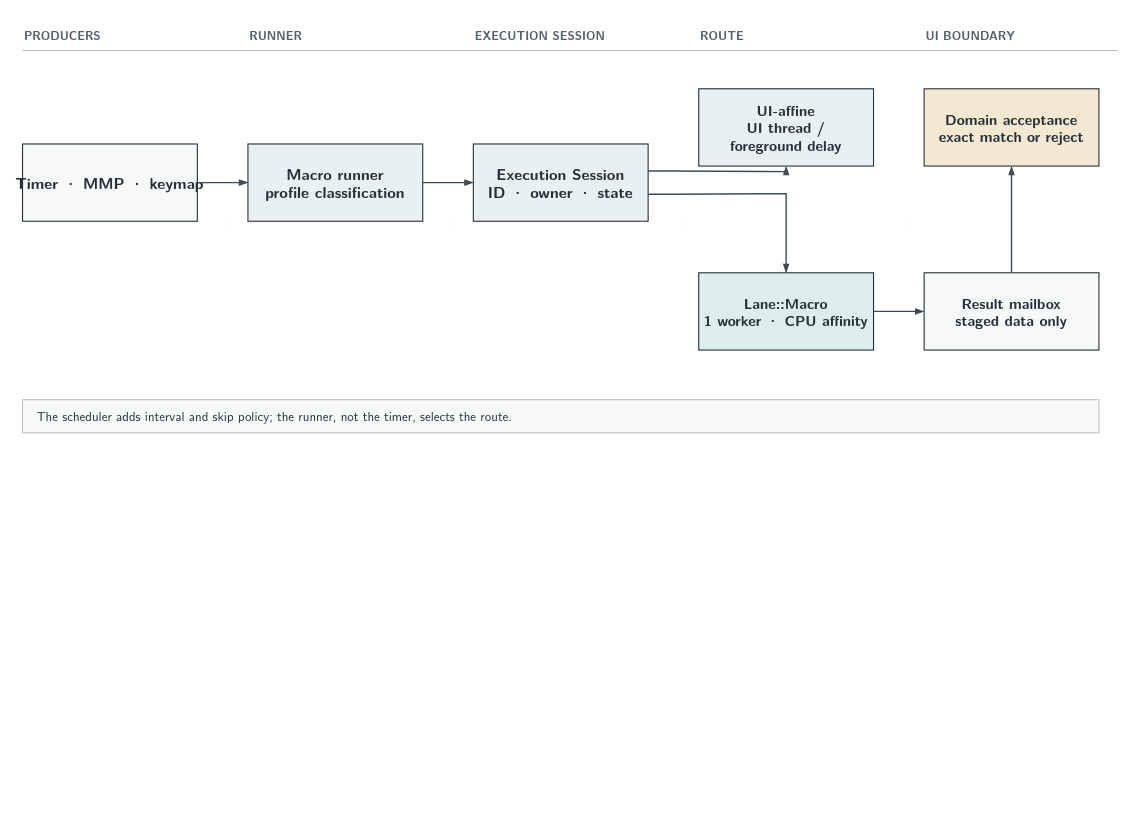
Before: documentation/manuals/assets/mrmac-exec-session-scheduler-routes.drawio in ebeneezer/mr, a draw.io diagram. Source tidied: cells renumbered, new cells numbered last; positions are measured from the earlier drawing's top-left corner, leaving out a move shared by most shapes. Both pictures are drawn from the tidied source at 92%, with x=0, y=0 at pixel (22, 26).
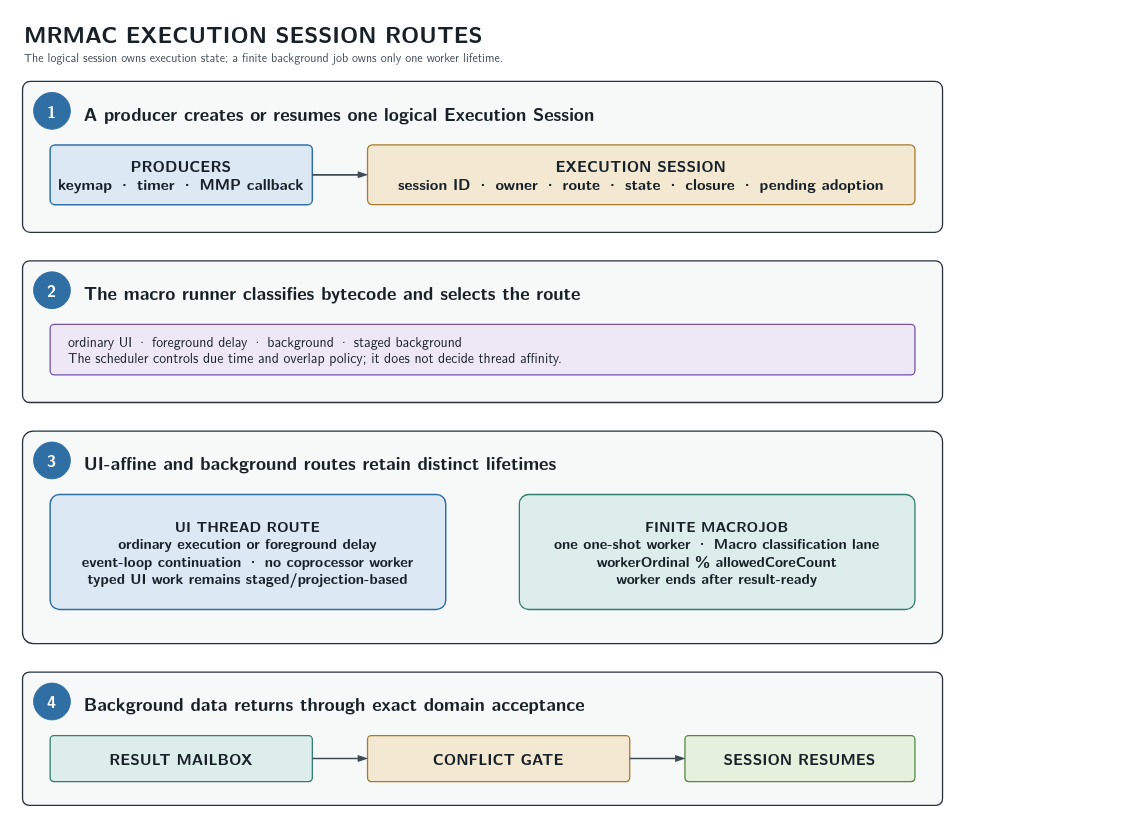
The same page after the edit.

Diff of the diagram source:
```diff
@@
-    <mxCell id="2" value="PRODUCERS" style="text;html=0;strokeColor=none;fillColor=none;align=left;verticalAlign=middle;fontFamily=Latin Modern Sans;fontSize=13;fontStyle=1;fontColor=#53616A;" parent="1" vertex="1">
-      <mxGeometry width="210" height="20" as="geometry" />
-    </mxCell>
-    <mxCell id="3" value="RUNNER" style="text;html=0;strokeColor=none;fillColor=none;align=left;verticalAlign=middle;fontFamily=Latin Modern Sans;fontSize=13;fontStyle=1;fontColor=#53616A;" parent="1" vertex="1">
-      <mxGeometry x="245" width="210" height="20" as="geometry" />
-    </mxCell>
-    <mxCell id="4" value="EXECUTION SESSION" style="text;html=0;strokeColor=none;fillColor=none;align=left;verticalAlign=middle;fontFamily=Latin Modern Sans;fontSize=13;fontStyle=1;fontColor=#53616A;" parent="1" vertex="1">
-      <mxGeometry x="490" width="210" height="20" as="geometry" />
-    </mxCell>
-    <mxCell id="5" value="ROUTE" style="text;html=0;strokeColor=none;fillColor=none;align=left;verticalAlign=middle;fontFamily=Latin Modern Sans;fontSize=13;fontStyle=1;fontColor=#53616A;" parent="1" vertex="1">
-      <mxGeometry x="735" width="210" height="20" as="geometry" />
-    </mxCell>
-    <mxCell id="6" value="UI BOUNDARY" style="text;html=0;strokeColor=none;fillColor=none;align=left;verticalAlign=middle;fontFamily=Latin Modern Sans;fontSize=13;fontStyle=1;fontColor=#53616A;" parent="1" vertex="1">
-      <mxGeometry x="980" width="210" height="20" as="geometry" />
-    </mxCell>
-    <mxCell id="7" style="line;strokeWidth=1;strokeColor=#AEB8BE;" parent="1" vertex="1">
-      <mxGeometry y="26" width="1190" height="1" as="geometry" />
-    </mxCell>
-    <mxCell id="8" style="line;strokeWidth=1;strokeColor=#D6DCDF;dashed=1;dashPattern=3 4;" parent="1" vertex="1">
-      <mxGeometry x="225" y="40" width="1" height="350" as="geometry" />
-    </mxCell>
-    <mxCell id="9" style="line;strokeWidth=1;strokeColor=#D6DCDF;dashed=1;dashPattern=3 4;" parent="1" vertex="1">
-      <mxGeometry x="470" y="40" width="1" height="350" as="geometry" />
-    </mxCell>
-    <mxCell id="10" style="line;strokeWidth=1;strokeColor=#D6DCDF;dashed=1;dashPattern=3 4;" parent="1" vertex="1">
-      <mxGeometry x="715" y="40" width="1" height="350" as="geometry" />
-    </mxCell>
-    <mxCell id="11" style="line;strokeWidth=1;strokeColor=#D6DCDF;dashed=1;dashPattern=3 4;" parent="1" vertex="1">
-      <mxGeometry x="960" y="40" width="1" height="350" as="geometry" />
-    </mxCell>
-    <mxCell id="12" value="Timer · MMP · keymap" style="rounded=0;html=0;fillColor=#F7F8F8;strokeColor=#27313A;strokeWidth=1.2;align=center;verticalAlign=middle;fontFamily=Latin Modern Sans;fontSize=17;fontStyle=1;fontColor=#27313A;spacing=8;" parent="1" vertex="1">
-      <mxGeometry y="128" width="190" height="84" as="geometry" />
-    </mxCell>
-    <mxCell id="13" value="Macro runner&#10;profile classification" style="rounded=0;html=0;fillColor=#E8F0F2;strokeColor=#27313A;strokeWidth=1.2;align=center;verticalAlign=middle;fontFamily=Latin Modern Sans;fontSize=17;fontStyle=1;fontColor=#27313A;spacing=8;" parent="1" vertex="1">
-      <mxGeometry x="245" y="128" width="190" height="84" as="geometry" />
-    </mxCell>
+    <mxCell id="26" value="MRMAC EXECUTION SESSION ROUTES" style="text;html=0;strokeColor=none;fillColor=none;align=left;fontFamily=Latin Modern Sans;fontSize=25;fontStyle=1;fontColor=#182128;" parent="1" vertex="1">
+      <mxGeometry y="-12" width="700" height="35" as="geometry" />
+    </mxCell>
+    <mxCell id="27" value="The logical session owns execution state; a finite background job owns only one worker lifetime." style="text;html=0;strokeColor=none;fillColor=none;align=left;fontFamily=Latin Modern Sans;fontSize=13;fontColor=#3F4B54;" parent="1" vertex="1">
+      <mxGeometry y="20" width="900" height="22" as="geometry" />
+    </mxCell>
+    <mxCell id="28" style="rounded=1;arcSize=5;html=0;fillColor=#F7F8F8;strokeColor=#27313A;strokeWidth=1.4;" parent="1" vertex="1">
+      <mxGeometry y="60" width="1000" height="164" as="geometry" />
+    </mxCell>
+    <mxCell id="29" value="1" style="ellipse;html=0;fillColor=#2F6FA3;strokeColor=#2F6FA3;fontFamily=Latin Modern Sans;fontSize=18;fontStyle=1;fontColor=#FFFFFF;" parent="1" vertex="1">
+      <mxGeometry x="12" y="72" width="40" height="40" as="geometry" />
+    </mxCell>
+    <mxCell id="30" value="A producer creates or resumes one logical Execution Session" style="text;html=0;strokeColor=none;fillColor=none;align=left;fontFamily=Latin Modern Sans;fontSize=20;fontStyle=1;fontColor=#182128;" parent="1" vertex="1">
+      <mxGeometry x="65" y="77" width="800" height="30" as="geometry" />
+    </mxCell>
+    <mxCell id="31" value="PRODUCERS&#10;keymap · timer · MMP callback" style="rounded=1;arcSize=8;html=0;fillColor=#DCE8F4;strokeColor=#2F6FA3;strokeWidth=1.6;align=center;verticalAlign=middle;fontFamily=Latin Modern Sans;fontSize=17;fontStyle=1;fontColor=#182128;spacing=7;" parent="1" vertex="1">
+      <mxGeometry x="30" y="129" width="285" height="65" as="geometry" />
+    </mxCell>
-    <mxCell id="14" value="Execution Session&#10;ID · owner · state" style="rounded=0;html=0;fillColor=#E8F0F2;strokeColor=#27313A;strokeWidth=1.2;align=center;verticalAlign=middle;fontFamily=Latin Modern Sans;fontSize=17;fontStyle=1;fontColor=#27313A;spacing=8;" parent="1" vertex="1">
-      <mxGeometry x="490" y="128" width="190" height="84" as="geometry" />
+    <mxCell id="14" value="EXECUTION SESSION&#10;session ID · owner · route · state · closure · pending adoption" style="rounded=1;arcSize=8;html=0;fillColor=#F3E8D1;strokeColor=#A77B2F;strokeWidth=1.4;align=center;verticalAlign=middle;fontFamily=Latin Modern Sans;fontSize=17;fontStyle=1;fontColor=#182128;spacing=7;" parent="1" vertex="1">
+      <mxGeometry x="375" y="129" width="595" height="65" as="geometry" />
     </mxCell>
-    <mxCell id="15" value="UI-affine&#10;UI thread /&#10;foreground delay" style="rounded=0;html=0;fillColor=#E8F0F2;strokeColor=#27313A;strokeWidth=1.2;align=center;verticalAlign=middle;fontFamily=Latin Modern Sans;fontSize=16;fontStyle=1;fontColor=#27313A;spacing=8;" parent="1" vertex="1">
-      <mxGeometry x="735" y="68" width="190" height="84" as="geometry" />
-    </mxCell>
-    <mxCell id="16" value="Lane::Macro&#10;1 worker · CPU affinity" style="rounded=0;html=0;fillColor=#DCEDEB;strokeColor=#27313A;strokeWidth=1.2;align=center;verticalAlign=middle;fontFamily=Latin Modern Sans;fontSize=16;fontStyle=1;fontColor=#27313A;spacing=8;" parent="1" vertex="1">
-      <mxGeometry x="735" y="268" width="190" height="84" as="geometry" />
-    </mxCell>
+    <mxCell id="20" style="edgeStyle=orthogonalEdgeStyle;rounded=0;html=0;endArrow=blockThin;endFill=1;strokeColor=#3F4B54;strokeWidth=1.8;" parent="1" edge="1" source="31" target="14">
+      <mxGeometry relative="1" as="geometry" />
+    </mxCell>
+    <mxCell id="32" style="rounded=1;arcSize=5;html=0;fillColor=#F7F8F8;strokeColor=#27313A;strokeWidth=1.4;" parent="1" vertex="1">
+      <mxGeometry y="255" width="1000" height="154" as="geometry" />
+    </mxCell>
+    <mxCell id="33" value="2" style="ellipse;html=0;fillColor=#2F6FA3;strokeColor=#2F6FA3;fontFamily=Latin Modern Sans;fontSize=18;fontStyle=1;fontColor=#FFFFFF;" parent="1" vertex="1">
+      <mxGeometry x="12" y="267" width="40" height="40" as="geometry" />
+    </mxCell>
+    <mxCell id="34" value="The macro runner classifies bytecode and selects the route" style="text;html=0;strokeColor=none;fillColor=none;align=left;fontFamily=Latin Modern Sans;fontSize=20;fontStyle=1;fontColor=#182128;" parent="1" vertex="1">
+      <mxGeometry x="65" y="272" width="800" height="30" as="geometry" />
+    </mxCell>
+    <mxCell id="35" value="ordinary UI · foreground delay · background · staged background&#10;The scheduler controls due time and overlap policy; it does not decide thread affinity." style="rounded=1;arcSize=8;html=0;fillColor=#EEE7F5;strokeColor=#7452A6;strokeWidth=1.4;align=left;verticalAlign=middle;fontFamily=Latin Modern Sans;fontSize=15;fontColor=#182128;spacingLeft=18;" parent="1" vertex="1">
+      <mxGeometry x="30" y="324" width="940" height="55" as="geometry" />
+    </mxCell>
+    <mxCell id="36" style="rounded=1;arcSize=5;html=0;fillColor=#F7F8F8;strokeColor=#27313A;strokeWidth=1.4;" parent="1" vertex="1">
+      <mxGeometry y="440" width="1000" height="231" as="geometry" />
+    </mxCell>
+    <mxCell id="37" value="3" style="ellipse;html=0;fillColor=#2F6FA3;strokeColor=#2F6FA3;fontFamily=Latin Modern Sans;fontSize=18;fontStyle=1;fontColor=#FFFFFF;" parent="1" vertex="1">
+      <mxGeometry x="12" y="452" width="40" height="40" as="geometry" />
+    </mxCell>
+    <mxCell id="38" value="UI-affine and background routes retain distinct lifetimes" style="text;html=0;strokeColor=none;fillColor=none;align=left;fontFamily=Latin Modern Sans;fontSize=20;fontStyle=1;fontColor=#182128;" parent="1" vertex="1">
+      <mxGeometry x="65" y="457" width="800" height="30" as="geometry" />
+    </mxCell>
+    <mxCell id="39" value="UI THREAD ROUTE&#10;ordinary execution or foreground delay&#10;event-loop continuation · no coprocessor worker&#10;typed UI work remains staged/projection-based" style="rounded=1;arcSize=8;html=0;fillColor=#DCE8F4;strokeColor=#2F6FA3;strokeWidth=1.6;align=center;verticalAlign=middle;fontFamily=Latin Modern Sans;fontSize=16;fontStyle=1;fontColor=#182128;spacing=7;" parent="1" vertex="1">
+      <mxGeometry x="30" y="509" width="430" height="125" as="geometry" />
+    </mxCell>
+    <mxCell id="40" value="FINITE MACROJOB&#10;one one-shot worker · Macro classification lane&#10;workerOrdinal % allowedCoreCount&#10;worker ends after result-ready" style="rounded=1;arcSize=8;html=0;fillColor=#DCEDEB;strokeColor=#317C70;strokeWidth=1.4;align=center;verticalAlign=middle;fontFamily=Latin Modern Sans;fontSize=16;fontStyle=1;fontColor=#182128;spacing=7;" parent="1" vertex="1">
+      <mxGeometry x="540" y="509" width="430" height="125" as="geometry" />
+    </mxCell>
+    <mxCell id="41" style="rounded=1;arcSize=5;html=0;fillColor=#F7F8F8;strokeColor=#27313A;strokeWidth=1.4;" parent="1" vertex="1">
+      <mxGeometry y="702" width="1000" height="145" as="geometry" />
+    </mxCell>
+    <mxCell id="42" value="4" style="ellipse;html=0;fillColor=#2F6FA3;strokeColor=#2F6FA3;fontFamily=Latin Modern Sans;fontSize=18;fontStyle=1;fontColor=#FFFFFF;" parent="1" vertex="1">
+      <mxGeometry x="12" y="714" width="40" height="40" as="geometry" />
+    </mxCell>
+    <mxCell id="43" value="Background data returns through exact domain acceptance" style="text;html=0;strokeColor=none;fillColor=none;align=left;fontFamily=Latin Modern Sans;fontSize=20;fontStyle=1;fontColor=#182128;" parent="1" vertex="1">
+      <mxGeometry x="65" y="719" width="800" height="30" as="geometry" />
+    </mxCell>
-    <mxCell id="17" value="Result mailbox&#10;staged data only" style="rounded=0;html=0;fillColor=#F7F8F8;strokeColor=#27313A;strokeWidth=1.2;align=center;verticalAlign=middle;fontFamily=Latin Modern Sans;fontSize=16;fontStyle=1;fontColor=#27313A;spacing=8;" parent="1" vertex="1">
-      <mxGeometry x="980" y="268" width="190" height="84" as="geometry" />
+    <mxCell id="17" value="RESULT MAILBOX" style="rounded=1;arcSize=8;html=0;fillColor=#DCEDEB;strokeColor=#317C70;strokeWidth=1.4;align=center;verticalAlign=middle;fontFamily=Latin Modern Sans;fontSize=17;fontStyle=1;fontColor=#182128;" parent="1" vertex="1">
+      <mxGeometry x="30" y="771" width="285" height="50" as="geometry" />
     </mxCell>
-    <mxCell id="18" value="Domain acceptance&#10;exact match or reject" style="rounded=0;html=0;fillColor=#F3E8D1;strokeColor=#27313A;strokeWidth=1.2;align=center;verticalAlign=middle;fontFamily=Latin Modern Sans;fontSize=16;fontStyle=1;fontColor=#27313A;spacing=8;" parent="1" vertex="1">
-      <mxGeometry x="980" y="68" width="190" height="84" as="geometry" />
-    </mxCell>
-    <mxCell id="19" value="The scheduler adds interval and skip policy; the runner, not the timer, selects the route." style="rounded=0;html=0;fillColor=#F7F8F8;strokeColor=#AEB8BE;strokeWidth=1;align=left;verticalAlign=middle;fontFamily=Latin Modern Sans;fontSize=14;fontColor=#27313A;spacingLeft=14;" parent="1" vertex="1">
-      <mxGeometry y="406" width="1170" height="36" as="geometry" />
-    </mxCell>
-    <mxCell id="20" style="edgeStyle=orthogonalEdgeStyle;rounded=0;html=0;endArrow=blockThin;endFill=1;strokeColor=#3F4B54;strokeWidth=1.5;" parent="1" edge="1" source="12" target="13">
-      <mxGeometry relative="1" as="geometry" />
-    </mxCell>
+    <mxCell id="44" value="CONFLICT GATE" style="rounded=1;arcSize=8;html=0;fillColor=#F3E8D1;strokeColor=#A77B2F;strokeWidth=1.4;align=center;verticalAlign=middle;fontFamily=Latin Modern Sans;fontSize=17;fontStyle=1;fontColor=#182128;" parent="1" vertex="1">
+      <mxGeometry x="375" y="771" width="285" height="50" as="geometry" />
+    </mxCell>
+    <mxCell id="45" value="SESSION RESUMES" style="rounded=1;arcSize=8;html=0;fillColor=#E5F0DD;strokeColor=#588646;strokeWidth=1.4;align=center;verticalAlign=middle;fontFamily=Latin Modern Sans;fontSize=17;fontStyle=1;fontColor=#182128;" parent="1" vertex="1">
+      <mxGeometry x="720" y="771" width="250" height="50" as="geometry" />
+    </mxCell>
-    <mxCell id="21" style="edgeStyle=orthogonalEdgeStyle;rounded=0;html=0;endArrow=blockThin;endFill=1;strokeColor=#3F4B54;strokeWidth=1.5;" parent="1" edge="1" source="13" target="14">
+    <mxCell id="21" style="edgeStyle=orthogonalEdgeStyle;rounded=0;html=0;endArrow=blockThin;endFill=1;strokeColor=#3F4B54;strokeWidth=1.8;" parent="1" edge="1" source="17" target="44">
       <mxGeometry relative="1" as="geometry" />
     </mxCell>
-    <mxCell id="22" style="edgeStyle=orthogonalEdgeStyle;rounded=0;html=0;endArrow=blockThin;endFill=1;strokeColor=#3F4B54;strokeWidth=1.5;exitX=1;exitY=0.35;exitDx=0;exitDy=0;entryX=0.5;entryY=1;entryDx=0;entryDy=0;" parent="1" edge="1" source="14" target="15">
-      <mxGeometry relative="1" as="geometry">
-        <Array as="points">
-          <mxPoint x="705" y="158" />
-          <mxPoint x="830" y="158" />
-        </Array>
-      </mxGeometry>
+    <mxCell id="22" style="edgeStyle=orthogonalEdgeStyle;rounded=0;html=0;endArrow=blockThin;endFill=1;strokeColor=#3F4B54;strokeWidth=1.8;" parent="1" edge="1" source="44" target="45">
+      <mxGeometry relative="1" as="geometry" />
     </mxCell>
-    <mxCell id="23" style="edgeStyle=orthogonalEdgeStyle;rounded=0;html=0;endArrow=blockThin;endFill=1;strokeColor=#3F4B54;strokeWidth=1.5;exitX=1;exitY=0.65;exitDx=0;exitDy=0;entryX=0.5;entryY=0;entryDx=0;entryDy=0;" parent="1" edge="1" source="14" target="16">
-      <mxGeometry relative="1" as="geometry">
-        <Array as="points">
-          <mxPoint x="705" y="182" />
-          <mxPoint x="830" y="182" />
-        </Array>
-      </mxGeometry>
-    </mxCell>
-    <mxCell id="24" style="edgeStyle=orthogonalEdgeStyle;rounded=0;html=0;endArrow=blockThin;endFill=1;strokeColor=#3F4B54;strokeWidth=1.5;" parent="1" edge="1" source="16" target="17">
-      <mxGeometry relative="1" as="geometry" />
-    </mxCell>
-    <mxCell id="25" style="edgeStyle=orthogonalEdgeStyle;rounded=0;html=0;endArrow=blockThin;endFill=1;strokeColor=#3F4B54;strokeWidth=1.5;exitX=0.5;exitY=0;exitDx=0;exitDy=0;entryX=0.5;entryY=1;entryDx=0;entryDy=0;" parent="1" edge="1" source="17" target="18">
-      <mxGeometry relative="1" as="geometry" />
-    </mxCell>
```
